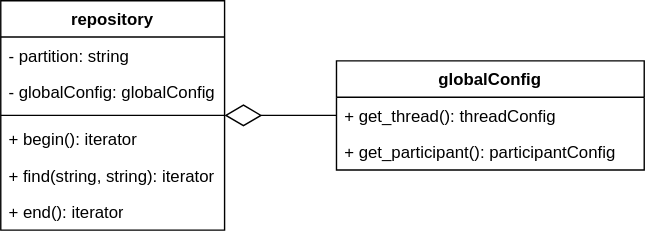
This is doc/repository.svg from vitalii-samoilenko/ai-chat-bot, a draw.io export, as it was before one commit. Source tidied: cells renumbered, new cells last; positions are measured from the earlier drawing's top-left corner, leaving out a move shared by most shapes.
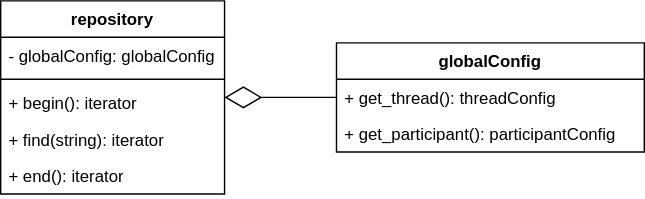
The same file after the commit.

Commit message:
Partition is implementation detail

What changed in the source:
```diff
@@ -3,28 +3,25 @@
     <mxCell id="0" />
     <mxCell id="1" parent="0" />
     <mxCell id="2" value="repository" style="swimlane;fontStyle=1;align=center;verticalAlign=top;horizontal=1;startSize=26;whiteSpace=wrap;html=1;" parent="1" vertex="1">
-      <mxGeometry width="160" height="164" as="geometry" />
+      <mxGeometry width="160" height="138" as="geometry" />
     </mxCell>
-    <mxCell id="3" value="- partition: string" style="text;strokeColor=none;fillColor=none;align=left;verticalAlign=top;spacingLeft=4;spacingRight=4;overflow=hidden;whiteSpace=wrap;html=1;" parent="2" vertex="1">
-      <mxGeometry y="26" width="160" height="26" as="geometry" />
-    </mxCell>
     <mxCell id="4" value="- globalConfig: globalConfig" style="text;strokeColor=none;fillColor=none;align=left;verticalAlign=top;spacingLeft=4;spacingRight=4;overflow=hidden;whiteSpace=wrap;html=1;" parent="2" vertex="1">
-      <mxGeometry y="52" width="160" height="26" as="geometry" />
+      <mxGeometry y="26" width="160" height="26" as="geometry" />
     </mxCell>
     <mxCell id="5" style="line;strokeWidth=1;fillColor=none;align=left;verticalAlign=middle;spacingTop=-1;spacingLeft=3;spacingRight=3;labelPosition=right;strokeColor=inherit;" parent="2" vertex="1">
-      <mxGeometry y="78" width="160" height="8" as="geometry" />
+      <mxGeometry y="52" width="160" height="8" as="geometry" />
     </mxCell>
     <mxCell id="6" value="+ begin(): iterator" style="text;strokeColor=none;fillColor=none;align=left;verticalAlign=top;spacingLeft=4;spacingRight=4;overflow=hidden;whiteSpace=wrap;html=1;" parent="2" vertex="1">
-      <mxGeometry y="86" width="160" height="26" as="geometry" />
+      <mxGeometry y="60" width="160" height="26" as="geometry" />
     </mxCell>
-    <mxCell id="7" value="+ find(string, string): iterator" style="text;strokeColor=none;fillColor=none;align=left;verticalAlign=top;spacingLeft=4;spacingRight=4;overflow=hidden;whiteSpace=wrap;html=1;" parent="2" vertex="1">
-      <mxGeometry y="112" width="160" height="26" as="geometry" />
+    <mxCell id="7" value="+ find(string): iterator" style="text;strokeColor=none;fillColor=none;align=left;verticalAlign=top;spacingLeft=4;spacingRight=4;overflow=hidden;whiteSpace=wrap;html=1;" parent="2" vertex="1">
+      <mxGeometry y="86" width="160" height="26" as="geometry" />
     </mxCell>
     <mxCell id="8" value="+ end(): iterator" style="text;strokeColor=none;fillColor=none;align=left;verticalAlign=top;spacingLeft=4;spacingRight=4;overflow=hidden;whiteSpace=wrap;html=1;" parent="2" vertex="1">
-      <mxGeometry y="138" width="160" height="26" as="geometry" />
+      <mxGeometry y="112" width="160" height="26" as="geometry" />
     </mxCell>
     <mxCell id="9" value="globalConfig" style="swimlane;fontStyle=1;align=center;verticalAlign=top;horizontal=1;startSize=26;whiteSpace=wrap;html=1;" parent="1" vertex="1">
-      <mxGeometry x="240" y="43" width="220" height="78" as="geometry" />
+      <mxGeometry x="240" y="30" width="220" height="78" as="geometry" />
     </mxCell>
     <mxCell id="10" value="+ get_thread(): threadConfig" style="text;strokeColor=none;fillColor=none;align=left;verticalAlign=top;spacingLeft=4;spacingRight=4;overflow=hidden;whiteSpace=wrap;html=1;" parent="9" vertex="1">
       <mxGeometry y="26" width="220" height="26" as="geometry" />
```
